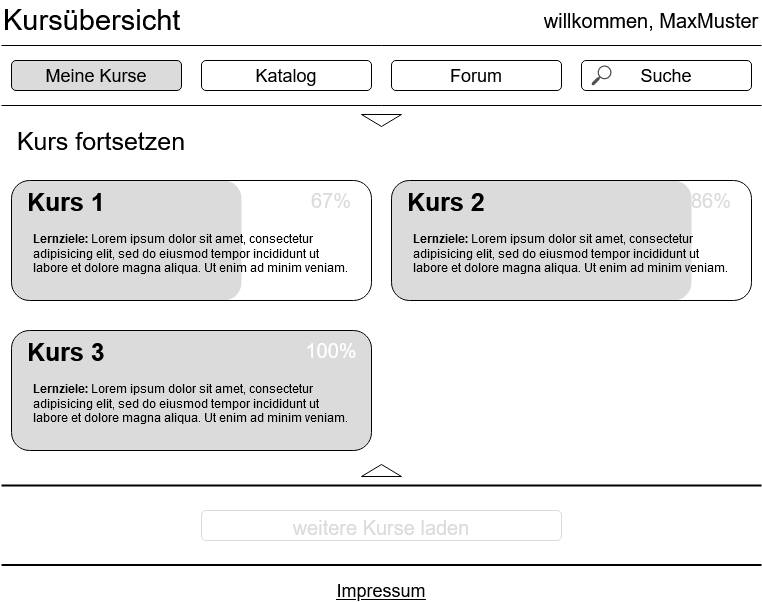
Above: Wireframes/Meine Kurse.png in dsudau/Lernplattform (draw.io), before the change. Source tidied: cells renumbered, new cells last; positions are measured from the earlier drawing's top-left corner, leaving out a move shared by most shapes. Source of this version:
```xml
<mxGraphModel background="#ffffff">
  <root>
    <mxCell id="0" />
    <mxCell id="1" parent="0" />
    <mxCell id="2" value="Kursübersicht" style="text;spacingTop=-5;fontSize=29;fontStyle=0;fontFamily=Helvetica;" parent="1" vertex="1">
      <mxGeometry width="546.7" height="40" as="geometry" />
    </mxCell>
    <mxCell id="3" style="line;strokeWidth=1;" parent="1" vertex="1">
      <mxGeometry y="40" width="760" height="10" as="geometry" />
    </mxCell>
    <mxCell id="4" style="line;strokeWidth=1;" parent="1" vertex="1">
      <mxGeometry y="100" width="760" height="10" as="geometry" />
    </mxCell>
    <mxCell id="5" value="Kurs fortsetzen" style="text;html=1;strokeColor=none;fillColor=none;align=center;verticalAlign=middle;whiteSpace=wrap;rounded=0;fontFamily=Helvetica;fontSize=25;fontColor=#000000;" parent="1" vertex="1">
      <mxGeometry x="10" y="130" width="180" height="20" as="geometry" />
    </mxCell>
    <mxCell id="6" style="line;strokeWidth=2;html=1;fillColor=#ffffff;fontFamily=Helvetica;fontSize=25;fontColor=#000000;" parent="1" vertex="1">
      <mxGeometry y="480" width="760" height="10" as="geometry" />
    </mxCell>
    <mxCell id="7" value="&lt;font style=&quot;font-size: 20px&quot;&gt;weitere Kurse laden&lt;/font&gt;" style="rounded=1;whiteSpace=wrap;html=1;gradientColor=none;fontFamily=Helvetica;fontSize=25;fillColor=none;fontColor=#DBDBDB;strokeColor=#DBDBDB;" parent="1" vertex="1">
      <mxGeometry x="200" y="510" width="360" height="30" as="geometry" />
    </mxCell>
    <mxCell id="8" value="&lt;font style=&quot;font-size: 18px;&quot;&gt;Meine Kurse&lt;br style=&quot;font-size: 18px;&quot;&gt;&lt;/font&gt;" style="rounded=1;whiteSpace=wrap;html=1;gradientColor=none;fontFamily=Helvetica;fontSize=18;fontColor=#000000;verticalAlign=middle;fillColor=#DBDBDB;" parent="1" vertex="1">
      <mxGeometry x="10" y="60" width="170" height="30" as="geometry" />
    </mxCell>
    <mxCell id="9" value="Forum" style="rounded=1;whiteSpace=wrap;html=1;fillColor=none;gradientColor=none;fontFamily=Helvetica;fontSize=18;fontColor=#000000;verticalAlign=middle;" parent="1" vertex="1">
      <mxGeometry x="390" y="60" width="170" height="30" as="geometry" />
    </mxCell>
    <mxCell id="10" value="Katalog" style="rounded=1;whiteSpace=wrap;html=1;fillColor=none;gradientColor=none;fontFamily=Helvetica;fontSize=18;fontColor=#000000;verticalAlign=middle;" parent="1" vertex="1">
      <mxGeometry x="200" y="60" width="170" height="30" as="geometry" />
    </mxCell>
    <mxCell id="11" value="Suche" style="rounded=1;whiteSpace=wrap;html=1;fillColor=none;gradientColor=none;fontFamily=Helvetica;fontSize=18;fontColor=#000000;verticalAlign=middle;" parent="1" vertex="1">
      <mxGeometry x="580" y="60" width="170" height="30" as="geometry" />
    </mxCell>
    <mxCell id="12" style="line;strokeWidth=2;html=1;fillColor=none;gradientColor=none;fontFamily=Helvetica;fontSize=25;fontColor=#000000;" parent="1" vertex="1">
      <mxGeometry y="559.5" width="760" height="10" as="geometry" />
    </mxCell>
    <mxCell id="13" style="triangle;whiteSpace=wrap;html=1;fillColor=none;gradientColor=none;fontFamily=Helvetica;fontSize=18;fontColor=#000000;rotation=-90;" parent="1" vertex="1">
      <mxGeometry x="374" y="450" width="12" height="40" as="geometry" />
    </mxCell>
    <mxCell id="14" value="Impressum" style="text;html=1;strokeColor=none;fillColor=none;align=center;verticalAlign=middle;whiteSpace=wrap;rounded=0;fontFamily=Helvetica;fontSize=18;fontColor=#000000;fontStyle=4;" parent="1" vertex="1">
      <mxGeometry x="310" y="580" width="140" height="20" as="geometry" />
    </mxCell>
    <mxCell id="15" style="triangle;whiteSpace=wrap;html=1;fillColor=none;gradientColor=none;fontFamily=Helvetica;fontSize=18;fontColor=#000000;rotation=90;" parent="1" vertex="1">
      <mxGeometry x="374" y="100" width="12" height="40" as="geometry" />
    </mxCell>
    <mxCell id="16" style="shadow=0;dashed=0;html=1;strokeColor=none;fillColor=#505050;labelPosition=center;verticalLabelPosition=bottom;verticalAlign=top;align=center;shape=mxgraph.office.concepts.search;fontFamily=Helvetica;fontSize=18;fontColor=#000000;" parent="1" vertex="1">
      <mxGeometry x="590" y="65" width="20" height="20" as="geometry" />
    </mxCell>
    <mxCell id="17" style="rounded=1;whiteSpace=wrap;html=1;fillColor=#DBDBDB;gradientColor=none;fontFamily=Helvetica;fontSize=25;fontColor=#000000;align=center;strokeColor=none;" parent="1" vertex="1">
      <mxGeometry x="10" y="180" width="230" height="120" as="geometry" />
    </mxCell>
    <mxCell id="18" value="&lt;b style=&quot;line-height: 120%&quot;&gt;&amp;nbsp; Kurs 1&lt;/b&gt;" style="rounded=1;whiteSpace=wrap;html=1;fillColor=none;gradientColor=none;fontFamily=Helvetica;fontSize=25;fontColor=#000000;verticalAlign=top;align=left;" parent="1" vertex="1">
      <mxGeometry x="10" y="180" width="360" height="120" as="geometry" />
    </mxCell>
    <mxCell id="19" value="&lt;div&gt;&lt;b&gt;Lernziele: &lt;/b&gt;Lorem ipsum dolor sit amet, consectetur adipisicing elit, sed do eiusmod tempor incididunt ut labore et dolore magna aliqua. Ut enim ad minim veniam.&lt;/div&gt;" style="text;spacingTop=-5;whiteSpace=wrap;html=1;align=left;fontSize=12;fontFamily=Helvetica;fillColor=none;strokeColor=none;" parent="1" vertex="1">
      <mxGeometry x="30" y="230" width="320" height="60" as="geometry" />
    </mxCell>
    <mxCell id="20" style="rounded=1;whiteSpace=wrap;html=1;fillColor=#DBDBDB;gradientColor=none;fontFamily=Helvetica;fontSize=25;fontColor=#000000;align=center;strokeColor=none;" parent="1" vertex="1">
      <mxGeometry x="390" y="180" width="300" height="120" as="geometry" />
    </mxCell>
    <mxCell id="21" value="&lt;b style=&quot;line-height: 120%&quot;&gt;&amp;nbsp; Kurs 2&lt;br&gt;&lt;/b&gt;" style="rounded=1;whiteSpace=wrap;html=1;fillColor=none;gradientColor=none;fontFamily=Helvetica;fontSize=25;fontColor=#000000;verticalAlign=top;align=left;" parent="1" vertex="1">
      <mxGeometry x="390" y="180" width="360" height="120" as="geometry" />
    </mxCell>
    <mxCell id="22" value="&lt;b&gt;Lernziele: &lt;/b&gt;Lorem ipsum dolor sit amet, consectetur adipisicing elit, sed do eiusmod tempor incididunt ut labore et dolore magna aliqua. Ut enim ad minim veniam." style="text;spacingTop=-5;whiteSpace=wrap;html=1;align=left;fontSize=12;fontFamily=Helvetica;fillColor=none;strokeColor=none;" parent="1" vertex="1">
      <mxGeometry x="410" y="230" width="320" height="60" as="geometry" />
    </mxCell>
    <mxCell id="23" style="rounded=1;whiteSpace=wrap;html=1;fillColor=#DBDBDB;gradientColor=none;fontFamily=Helvetica;fontSize=25;fontColor=#000000;align=center;strokeColor=none;" parent="1" vertex="1">
      <mxGeometry x="10" y="330" width="360" height="120" as="geometry" />
    </mxCell>
    <mxCell id="24" value="&lt;b style=&quot;line-height: 120%&quot;&gt;&amp;nbsp; Kurs 3&lt;br&gt;&lt;/b&gt;" style="rounded=1;whiteSpace=wrap;html=1;fillColor=none;gradientColor=none;fontFamily=Helvetica;fontSize=25;fontColor=#000000;verticalAlign=top;align=left;" parent="1" vertex="1">
      <mxGeometry x="10" y="330" width="360" height="120" as="geometry" />
    </mxCell>
    <mxCell id="25" value="&lt;b&gt;Lernziele: &lt;/b&gt;Lorem ipsum dolor sit amet, consectetur adipisicing elit, sed do eiusmod tempor incididunt ut labore et dolore magna aliqua. Ut enim ad minim veniam." style="text;spacingTop=-5;whiteSpace=wrap;html=1;align=left;fontSize=12;fontFamily=Helvetica;fillColor=none;strokeColor=none;" parent="1" vertex="1">
      <mxGeometry x="30" y="380" width="320" height="60" as="geometry" />
    </mxCell>
    <mxCell id="26" value="willkommen, MaxMuster" style="text;html=1;strokeColor=none;fillColor=none;align=center;verticalAlign=middle;whiteSpace=wrap;rounded=0;fontFamily=Helvetica;fontSize=20;fontColor=#000000;" parent="1" vertex="1">
      <mxGeometry x="540" y="10" width="220" height="20" as="geometry" />
    </mxCell>
    <mxCell id="27" value="&lt;div&gt;67%&lt;/div&gt;" style="text;html=1;strokeColor=none;fillColor=none;align=center;verticalAlign=middle;whiteSpace=wrap;rounded=0;fontFamily=Helvetica;fontSize=20;fontColor=#DBDBDB;" parent="1" vertex="1">
      <mxGeometry x="310" y="190" width="40" height="20" as="geometry" />
    </mxCell>
    <mxCell id="28" value="86%" style="text;html=1;strokeColor=none;fillColor=none;align=center;verticalAlign=middle;whiteSpace=wrap;rounded=0;fontFamily=Helvetica;fontSize=20;fontColor=#DBDBDB;" parent="1" vertex="1">
      <mxGeometry x="690" y="190" width="40" height="20" as="geometry" />
    </mxCell>
    <mxCell id="29" value="&lt;div&gt;100%&lt;/div&gt;" style="text;html=1;strokeColor=none;fillColor=none;align=center;verticalAlign=middle;whiteSpace=wrap;rounded=0;fontFamily=Helvetica;fontSize=20;fontColor=#FFFFFF;" parent="1" vertex="1">
      <mxGeometry x="310" y="340" width="40" height="20" as="geometry" />
    </mxCell>
  </root>
</mxGraphModel>
```
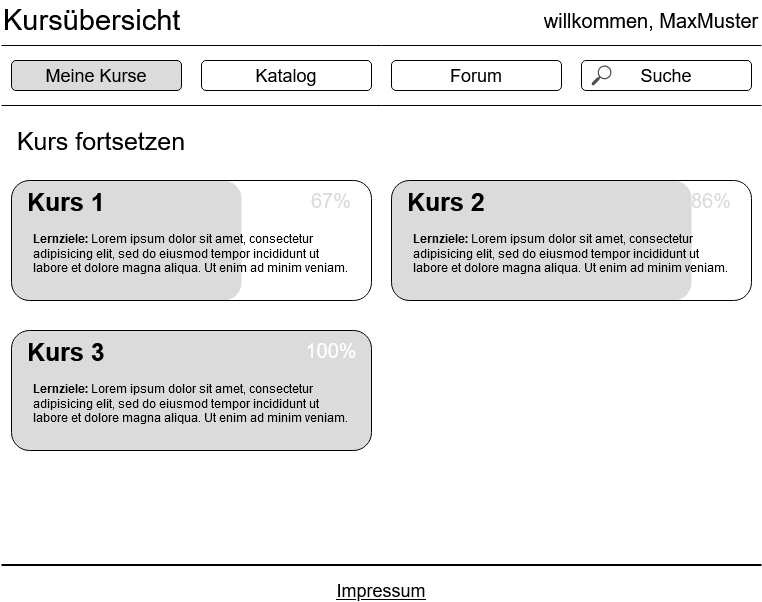
After the commit.

The edit, as a diff of the source:
```diff
@@ -14,12 +14,6 @@
     <mxCell id="5" value="Kurs fortsetzen" style="text;html=1;strokeColor=none;fillColor=none;align=center;verticalAlign=middle;whiteSpace=wrap;rounded=0;fontFamily=Helvetica;fontSize=25;fontColor=#000000;" parent="1" vertex="1">
       <mxGeometry x="10" y="130" width="180" height="20" as="geometry" />
     </mxCell>
-    <mxCell id="6" style="line;strokeWidth=2;html=1;fillColor=#ffffff;fontFamily=Helvetica;fontSize=25;fontColor=#000000;" parent="1" vertex="1">
-      <mxGeometry y="480" width="760" height="10" as="geometry" />
-    </mxCell>
-    <mxCell id="7" value="&lt;font style=&quot;font-size: 20px&quot;&gt;weitere Kurse laden&lt;/font&gt;" style="rounded=1;whiteSpace=wrap;html=1;gradientColor=none;fontFamily=Helvetica;fontSize=25;fillColor=none;fontColor=#DBDBDB;strokeColor=#DBDBDB;" parent="1" vertex="1">
-      <mxGeometry x="200" y="510" width="360" height="30" as="geometry" />
-    </mxCell>
     <mxCell id="8" value="&lt;font style=&quot;font-size: 18px;&quot;&gt;Meine Kurse&lt;br style=&quot;font-size: 18px;&quot;&gt;&lt;/font&gt;" style="rounded=1;whiteSpace=wrap;html=1;gradientColor=none;fontFamily=Helvetica;fontSize=18;fontColor=#000000;verticalAlign=middle;fillColor=#DBDBDB;" parent="1" vertex="1">
       <mxGeometry x="10" y="60" width="170" height="30" as="geometry" />
     </mxCell>
@@ -35,15 +29,9 @@
     <mxCell id="12" style="line;strokeWidth=2;html=1;fillColor=none;gradientColor=none;fontFamily=Helvetica;fontSize=25;fontColor=#000000;" parent="1" vertex="1">
       <mxGeometry y="559.5" width="760" height="10" as="geometry" />
     </mxCell>
-    <mxCell id="13" style="triangle;whiteSpace=wrap;html=1;fillColor=none;gradientColor=none;fontFamily=Helvetica;fontSize=18;fontColor=#000000;rotation=-90;" parent="1" vertex="1">
-      <mxGeometry x="374" y="450" width="12" height="40" as="geometry" />
-    </mxCell>
     <mxCell id="14" value="Impressum" style="text;html=1;strokeColor=none;fillColor=none;align=center;verticalAlign=middle;whiteSpace=wrap;rounded=0;fontFamily=Helvetica;fontSize=18;fontColor=#000000;fontStyle=4;" parent="1" vertex="1">
       <mxGeometry x="310" y="580" width="140" height="20" as="geometry" />
     </mxCell>
-    <mxCell id="15" style="triangle;whiteSpace=wrap;html=1;fillColor=none;gradientColor=none;fontFamily=Helvetica;fontSize=18;fontColor=#000000;rotation=90;" parent="1" vertex="1">
-      <mxGeometry x="374" y="100" width="12" height="40" as="geometry" />
-    </mxCell>
     <mxCell id="16" style="shadow=0;dashed=0;html=1;strokeColor=none;fillColor=#505050;labelPosition=center;verticalLabelPosition=bottom;verticalAlign=top;align=center;shape=mxgraph.office.concepts.search;fontFamily=Helvetica;fontSize=18;fontColor=#000000;" parent="1" vertex="1">
       <mxGeometry x="590" y="65" width="20" height="20" as="geometry" />
     </mxCell>
```
